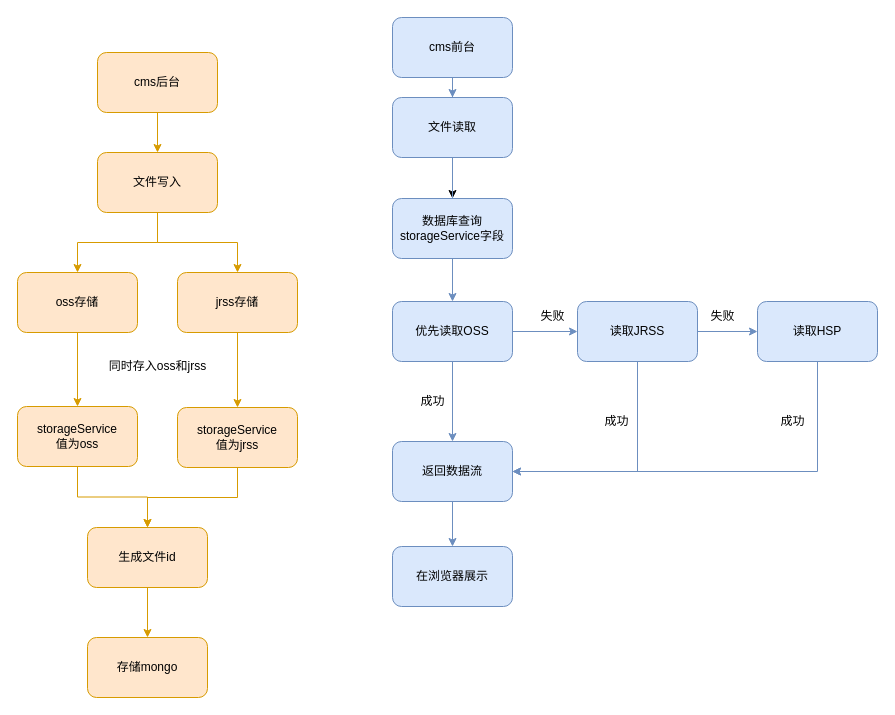
Before: oss存储流程.drawio in senyawang/drawio, a draw.io diagram. Source tidied: cells renumbered, new cells numbered last; positions are measured from the earlier drawing's top-left corner, leaving out a move shared by most shapes. Both pictures are drawn from the tidied source at 100%, with x=0, y=0 at pixel (17, 17).
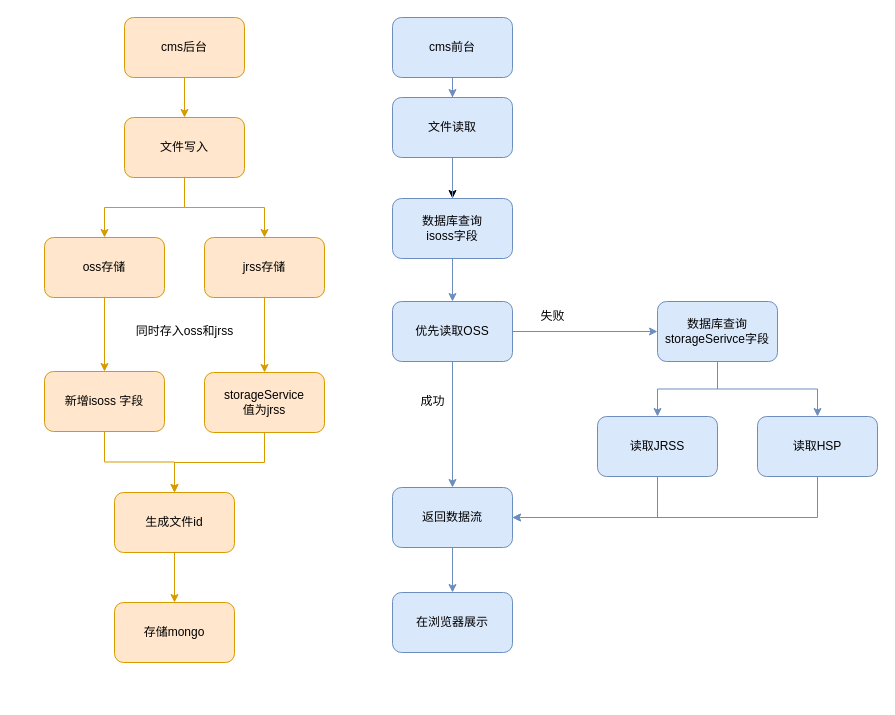
After the change.

Commit message:
更新oss存储流程.drawio

Unchanged cells that the change refers to:
```xml
<mxCell id="18" value="优先读取OSS" style="rounded=1;whiteSpace=wrap;html=1;fillColor=#dae8fc;strokeColor=#6c8ebf;" parent="1" vertex="1">
  <mxGeometry x="375" y="284" width="120" height="60" as="geometry" />
</mxCell>
```

The edit, as a diff of the source:
```diff
@@
     <mxCell id="3" value="cms后台" style="rounded=1;whiteSpace=wrap;html=1;fillColor=#ffe6cc;strokeColor=#d79b00;" parent="1" vertex="1">
-      <mxGeometry x="80" y="35" width="120" height="60" as="geometry" />
+      <mxGeometry x="107" width="120" height="60" as="geometry" />
     </mxCell>
@@
     <mxCell id="6" value="文件写入" style="whiteSpace=wrap;html=1;rounded=1;fillColor=#ffe6cc;strokeColor=#d79b00;" parent="1" vertex="1">
-      <mxGeometry x="80" y="135" width="120" height="60" as="geometry" />
+      <mxGeometry x="107" y="100" width="120" height="60" as="geometry" />
     </mxCell>
@@
     <mxCell id="8" value="oss存储" style="whiteSpace=wrap;html=1;rounded=1;fillColor=#ffe6cc;strokeColor=#d79b00;" parent="1" vertex="1">
-      <mxGeometry y="255" width="120" height="60" as="geometry" />
+      <mxGeometry x="27" y="220" width="120" height="60" as="geometry" />
     </mxCell>
@@
     <mxCell id="10" value="jrss存储" style="whiteSpace=wrap;html=1;rounded=1;fillColor=#ffe6cc;strokeColor=#d79b00;" parent="1" vertex="1">
-      <mxGeometry x="160" y="255" width="120" height="60" as="geometry" />
+      <mxGeometry x="187" y="220" width="120" height="60" as="geometry" />
     </mxCell>
@@
-    <mxCell id="17" style="edgeStyle=orthogonalEdgeStyle;rounded=0;jettySize=auto;html=1;fillColor=#dae8fc;strokeColor=#6c8ebf;" parent="1" edge="1" source="18" target="24">
+    <mxCell id="17" style="edgeStyle=orthogonalEdgeStyle;rounded=0;jettySize=auto;html=1;fillColor=#dae8fc;strokeColor=#6c8ebf;entryX=0;entryY=0.5;entryDx=0;entryDy=0;" parent="1" edge="1" source="18" target="44">
       <mxGeometry relative="1" as="geometry" />
     </mxCell>
@@
     <mxCell id="20" value="返回数据流" style="rounded=1;whiteSpace=wrap;html=1;fillColor=#dae8fc;strokeColor=#6c8ebf;" parent="1" vertex="1">
-      <mxGeometry x="375" y="424" width="120" height="60" as="geometry" />
+      <mxGeometry x="375" y="470" width="120" height="60" as="geometry" />
     </mxCell>
@@
-    <mxCell id="23" style="edgeStyle=orthogonalEdgeStyle;rounded=0;jettySize=auto;html=1;fillColor=#dae8fc;strokeColor=#6c8ebf;" parent="1" edge="1" source="24" target="30">
-      <mxGeometry relative="1" as="geometry" />
-    </mxCell>
     <mxCell id="24" value="读取JRSS" style="rounded=1;whiteSpace=wrap;html=1;fillColor=#dae8fc;strokeColor=#6c8ebf;" parent="1" vertex="1">
-      <mxGeometry x="560" y="284" width="120" height="60" as="geometry" />
+      <mxGeometry x="580" y="399" width="120" height="60" as="geometry" />
     </mxCell>
@@
     <mxCell id="26" value="在浏览器展示" style="rounded=1;whiteSpace=wrap;html=1;fillColor=#dae8fc;strokeColor=#6c8ebf;" parent="1" vertex="1">
-      <mxGeometry x="375" y="529" width="120" height="60" as="geometry" />
+      <mxGeometry x="375" y="575" width="120" height="60" as="geometry" />
     </mxCell>
@@
     <mxCell id="28" value="生成文件id" style="whiteSpace=wrap;html=1;rounded=1;fillColor=#ffe6cc;strokeColor=#d79b00;" parent="1" vertex="1">
-      <mxGeometry x="70" y="510" width="120" height="60" as="geometry" />
+      <mxGeometry x="97" y="475" width="120" height="60" as="geometry" />
     </mxCell>
@@
     <mxCell id="30" value="读取HSP" style="rounded=1;whiteSpace=wrap;html=1;fillColor=#dae8fc;strokeColor=#6c8ebf;" parent="1" vertex="1">
-      <mxGeometry x="740" y="284" width="120" height="60" as="geometry" />
+      <mxGeometry x="740" y="399" width="120" height="60" as="geometry" />
     </mxCell>
-    <mxCell id="31" value="失败" style="text;html=1;align=center;verticalAlign=middle;" parent="1" vertex="1">
-      <mxGeometry x="680" y="284" width="50" height="30" as="geometry" />
-    </mxCell>
-    <mxCell id="32" value="成功" style="text;html=1;align=center;verticalAlign=middle;" parent="1" vertex="1">
-      <mxGeometry x="574" y="389" width="50" height="30" as="geometry" />
-    </mxCell>
-    <mxCell id="33" value="成功" style="text;html=1;align=center;verticalAlign=middle;" parent="1" vertex="1">
-      <mxGeometry x="750" y="389" width="50" height="30" as="geometry" />
-    </mxCell>
     <mxCell id="34" value="存储mongo" style="whiteSpace=wrap;html=1;rounded=1;fillColor=#ffe6cc;strokeColor=#d79b00;" parent="1" vertex="1">
-      <mxGeometry x="70" y="620" width="120" height="60" as="geometry" />
+      <mxGeometry x="97" y="585" width="120" height="60" as="geometry" />
     </mxCell>
     <mxCell id="35" value="同时存入oss和jrss" style="text;html=1;align=center;verticalAlign=middle;" parent="1" vertex="1">
-      <mxGeometry x="80" y="334" width="120" height="30" as="geometry" />
+      <mxGeometry x="107" y="299" width="120" height="30" as="geometry" />
     </mxCell>
-    <mxCell id="36" value="数据库查询&lt;br&gt;storageService字段" style="rounded=1;whiteSpace=wrap;html=1;fillColor=#dae8fc;strokeColor=#6c8ebf;" parent="1" vertex="1">
+    <mxCell id="36" value="数据库查询&lt;br&gt;isoss字段" style="rounded=1;whiteSpace=wrap;html=1;fillColor=#dae8fc;strokeColor=#6c8ebf;" parent="1" vertex="1">
       <mxGeometry x="375" y="181" width="120" height="60" as="geometry" />
     </mxCell>
@@
-    <mxCell id="39" value="storageService&lt;br&gt;值为oss" style="whiteSpace=wrap;html=1;rounded=1;fillColor=#ffe6cc;strokeColor=#d79b00;" parent="1" vertex="1">
-      <mxGeometry y="389" width="120" height="60" as="geometry" />
+    <mxCell id="39" value="新增isoss 字段" style="whiteSpace=wrap;html=1;rounded=1;fillColor=#ffe6cc;strokeColor=#d79b00;" parent="1" vertex="1">
+      <mxGeometry x="27" y="354" width="120" height="60" as="geometry" />
     </mxCell>
@@
     <mxCell id="41" value="storageService&lt;br&gt;值为jrss" style="whiteSpace=wrap;html=1;rounded=1;fillColor=#ffe6cc;strokeColor=#d79b00;" parent="1" vertex="1">
-      <mxGeometry x="160" y="390" width="120" height="60" as="geometry" />
+      <mxGeometry x="187" y="355" width="120" height="60" as="geometry" />
     </mxCell>
+    <mxCell id="42" style="edgeStyle=orthogonalEdgeStyle;rounded=0;jettySize=auto;html=1;exitX=0.5;exitY=1;exitDx=0;exitDy=0;entryX=0.5;entryY=0;entryDx=0;entryDy=0;fillColor=#dae8fc;strokeColor=#6c8ebf;" parent="1" edge="1" source="44" target="24">
+      <mxGeometry relative="1" as="geometry" />
+    </mxCell>
+    <mxCell id="43" style="edgeStyle=orthogonalEdgeStyle;rounded=0;jettySize=auto;html=1;exitX=0.5;exitY=1;exitDx=0;exitDy=0;entryX=0.5;entryY=0;entryDx=0;entryDy=0;fillColor=#dae8fc;strokeColor=#6c8ebf;" parent="1" edge="1" source="44" target="30">
+      <mxGeometry relative="1" as="geometry" />
+    </mxCell>
+    <mxCell id="44" value="数据库查询&lt;br&gt;storageSerivce字段" style="rounded=1;whiteSpace=wrap;html=1;fillColor=#dae8fc;strokeColor=#6c8ebf;" parent="1" vertex="1">
+      <mxGeometry x="640" y="284" width="120" height="60" as="geometry" />
+    </mxCell>
```
